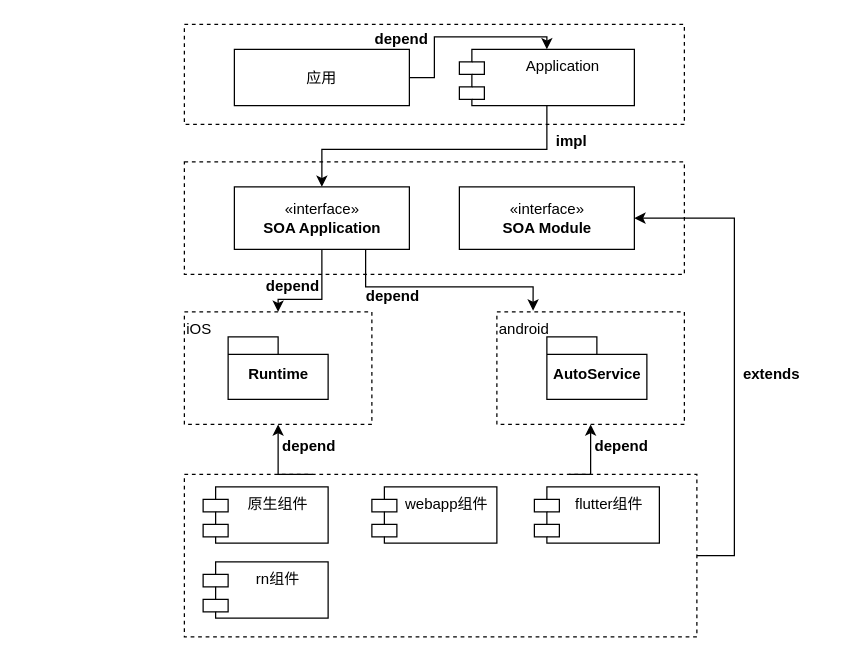
The draw.io diagram page "容器化-分层" (9 of 10) of 容器化宣讲.drawio in Dcell/drawio, before the edit. Source tidied: cells renumbered, new cells numbered last; positions are measured from the earlier drawing's top-left corner, leaving out a move shared by most shapes. Both pictures are drawn from the tidied source at 125%, with x=0, y=0 at pixel (184, 21).
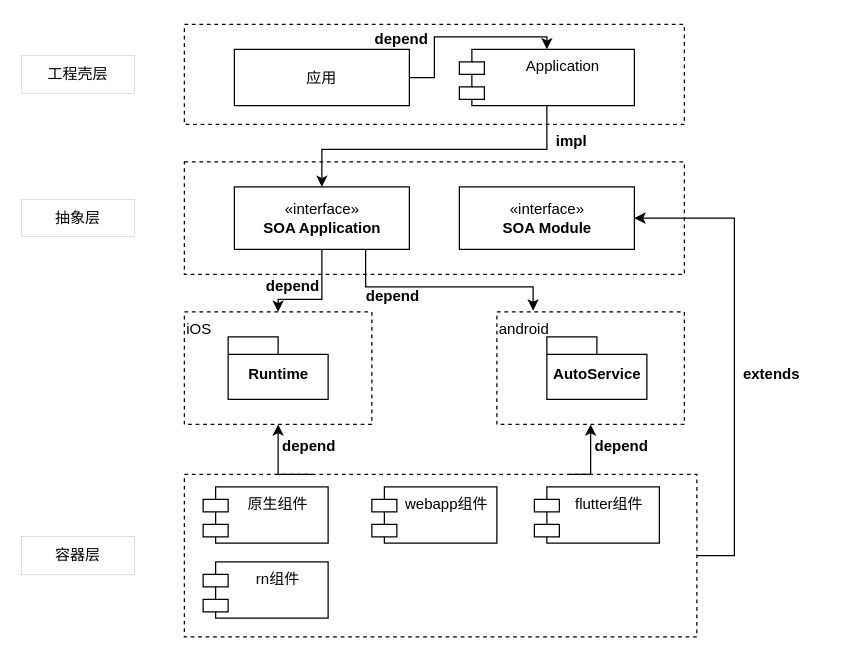
The same page after the edit.

Commit message:
更新容器化宣讲.drawio

Change to the diagram source:
```diff
@@
+    <mxCell id="35" value="工程壳层" style="text;html=1;strokeColor=default;fillColor=none;align=center;verticalAlign=middle;whiteSpace=wrap;rounded=0;strokeWidth=0;" parent="1" vertex="1">
+      <mxGeometry x="-130" y="27" width="90" height="30" as="geometry" />
+    </mxCell>
+    <mxCell id="36" value="抽象层" style="text;html=1;strokeColor=default;fillColor=none;align=center;verticalAlign=middle;whiteSpace=wrap;rounded=0;strokeWidth=0;" parent="1" vertex="1">
+      <mxGeometry x="-130" y="142" width="90" height="30" as="geometry" />
+    </mxCell>
+    <mxCell id="37" value="容器层" style="text;html=1;strokeColor=default;fillColor=none;align=center;verticalAlign=middle;whiteSpace=wrap;rounded=0;strokeWidth=0;" parent="1" vertex="1">
+      <mxGeometry x="-130" y="412" width="90" height="30" as="geometry" />
+    </mxCell>
```
